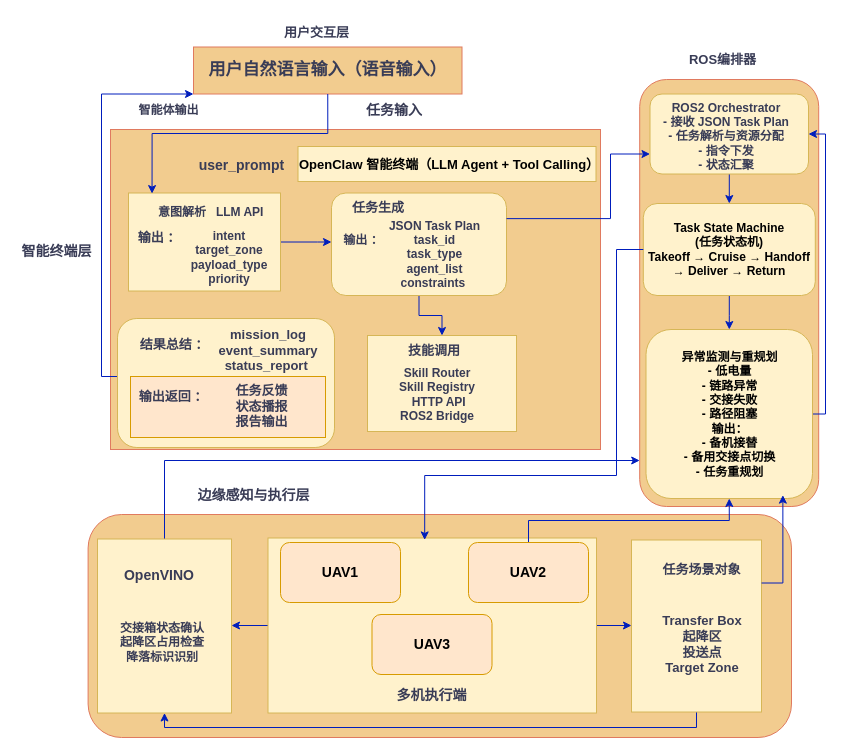
This is inter_cup.drawio from GGbond-dot/inter_cup, a draw.io file, before an edit. Source tidied: cells renumbered, new cells numbered last; positions are measured from the earlier drawing's top-left corner, leaving out a move shared by most shapes. Both pictures are drawn from the tidied source at 100%, with x=0, y=0 at pixel (17, 17).
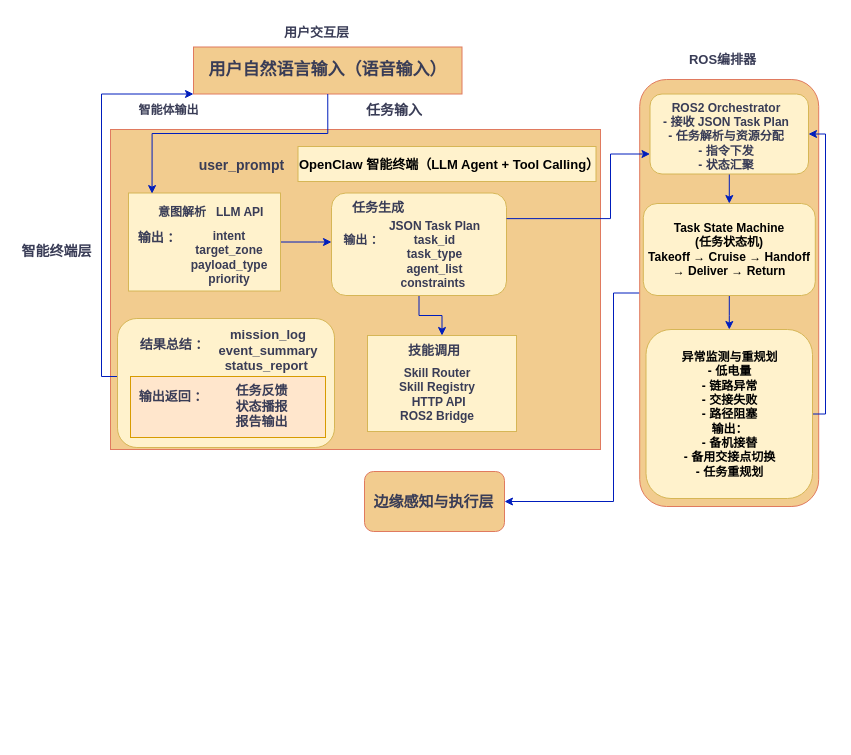
The same diagram, later.

Unchanged cells that the change refers to:
```xml
<mxCell id="2" value="用户自然语言输入（语音输入）" style="rounded=0;whiteSpace=wrap;html=1;fontStyle=1;fontSize=17;fillColor=#F2CC8F;strokeColor=#E07A5F;labelBackgroundColor=none;fontColor=#393C56;" parent="1" vertex="1">
  <mxGeometry x="176" y="29.5" width="268.5" height="47" as="geometry" />
</mxCell>
<mxCell id="9" style="whiteSpace=wrap;html=1;strokeColor=#d6b656;fillColor=#fff2cc;labelBackgroundColor=none;" parent="1" vertex="1">
  <mxGeometry x="111" y="175.5" width="152" height="98" as="geometry" />
</mxCell>
<mxCell id="15" style="rounded=1;whiteSpace=wrap;html=1;strokeColor=#d6b656;fillColor=#fff2cc;arcSize=14;" parent="1" vertex="1">
  <mxGeometry x="314" y="175.5" width="175" height="102.5" as="geometry" />
</mxCell>
<mxCell id="30" style="rounded=1;whiteSpace=wrap;html=1;strokeColor=#E07A5F;fontColor=#393C56;fillColor=#F2CC8F;" parent="1" vertex="1">
  <mxGeometry x="622.2" y="62" width="179" height="427" as="geometry" />
</mxCell>
<mxCell id="33" style="rounded=1;whiteSpace=wrap;html=1;strokeColor=#d6b656;fillColor=#fff2cc;" parent="1" vertex="1">
  <mxGeometry x="632.5" y="76.5" width="158.5" height="80" as="geometry" />
</mxCell>
<mxCell id="36" value="&lt;b&gt;Task State Machine&lt;/b&gt;&lt;div&gt;&lt;b&gt;(任务状态机)&lt;br&gt;Takeoff → Cruise → Handoff → Deliver → Return&lt;/b&gt;&lt;/div&gt;" style="rounded=1;whiteSpace=wrap;html=1;strokeColor=#d6b656;fillColor=#fff2cc;" parent="1" vertex="1">
  <mxGeometry x="625.8" y="186" width="172" height="92" as="geometry" />
</mxCell>
<mxCell id="38" value="&lt;b&gt;异常监测与重规划&lt;br&gt;- 低电量&lt;br&gt;- 链路异常&lt;br&gt;- 交接失败&lt;br&gt;- 路径阻塞&lt;br&gt;输出：&lt;br&gt;- 备机接替&lt;br&gt;- 备用交接点切换&lt;br&gt;- 任务重规划&lt;/b&gt;" style="rounded=1;whiteSpace=wrap;html=1;strokeColor=#d6b656;fillColor=#fff2cc;" parent="1" vertex="1">
  <mxGeometry x="628.5" y="312" width="166.5" height="169" as="geometry" />
</mxCell>
```

Diff of the diagram source:
```diff
@@
+    <mxCell id="61" style="edgeStyle=orthogonalEdgeStyle;rounded=0;jettySize=auto;html=1;exitX=0;exitY=0.5;exitDx=0;exitDy=0;entryX=1;entryY=0.5;entryDx=0;entryDy=0;strokeColor=#001DBC;fontColor=#393C56;fillColor=#0050ef;" parent="1" edge="1" source="30" target="62">
+      <mxGeometry relative="1" as="geometry">
+        <Array as="points">
+          <mxPoint x="596" y="276" />
+          <mxPoint x="596" y="484" />
+        </Array>
+      </mxGeometry>
+    </mxCell>
@@
-    <mxCell id="39" style="rounded=1;whiteSpace=wrap;html=1;strokeColor=#E07A5F;fontColor=#393C56;fillColor=#F2CC8F;" parent="1" vertex="1">
-      <mxGeometry x="70.6" y="497" width="703.4" height="223" as="geometry" />
-    </mxCell>
-    <mxCell id="40" style="edgeStyle=orthogonalEdgeStyle;rounded=0;jettySize=auto;html=1;exitX=0.5;exitY=0;exitDx=0;exitDy=0;strokeColor=#001DBC;fontColor=#393C56;fillColor=#0050ef;" parent="1" edge="1" source="41" target="30">
-      <mxGeometry relative="1" as="geometry">
-        <Array as="points">
-          <mxPoint x="147" y="443" />
-        </Array>
-      </mxGeometry>
-    </mxCell>
-    <mxCell id="41" style="rounded=0;whiteSpace=wrap;html=1;strokeColor=#d6b656;fillColor=#fff2cc;" parent="1" vertex="1">
-      <mxGeometry x="80" y="521.5" width="134" height="174" as="geometry" />
-    </mxCell>
-    <mxCell id="42" style="edgeStyle=orthogonalEdgeStyle;rounded=0;jettySize=auto;html=1;exitX=0;exitY=0.5;exitDx=0;exitDy=0;entryX=1;entryY=0.5;entryDx=0;entryDy=0;strokeColor=#001DBC;fontColor=#393C56;fillColor=#0050ef;" parent="1" edge="1" source="44" target="41">
-      <mxGeometry relative="1" as="geometry" />
-    </mxCell>
-    <mxCell id="43" style="edgeStyle=orthogonalEdgeStyle;rounded=0;jettySize=auto;html=1;exitX=1;exitY=0.5;exitDx=0;exitDy=0;entryX=0;entryY=0.5;entryDx=0;entryDy=0;strokeColor=#001DBC;fontColor=#393C56;fillColor=#0050ef;" parent="1" edge="1" source="44" target="46">
-      <mxGeometry relative="1" as="geometry" />
-    </mxCell>
-    <mxCell id="44" style="rounded=0;whiteSpace=wrap;html=1;strokeColor=#d6b656;fillColor=#fff2cc;" parent="1" vertex="1">
-      <mxGeometry x="250.5" y="520.5" width="328.5" height="175" as="geometry" />
-    </mxCell>
-    <mxCell id="45" style="edgeStyle=orthogonalEdgeStyle;rounded=0;jettySize=auto;html=1;exitX=0.5;exitY=1;exitDx=0;exitDy=0;entryX=0.5;entryY=1;entryDx=0;entryDy=0;strokeColor=#001DBC;fontColor=#393C56;fillColor=#0050ef;" parent="1" edge="1" source="46" target="41">
-      <mxGeometry relative="1" as="geometry">
-        <Array as="points">
-          <mxPoint x="679" y="710" />
-          <mxPoint x="147" y="710" />
-        </Array>
-      </mxGeometry>
-    </mxCell>
-    <mxCell id="46" style="rounded=0;whiteSpace=wrap;html=1;strokeColor=#d6b656;fillColor=#fff2cc;" parent="1" vertex="1">
-      <mxGeometry x="614" y="522.5" width="130" height="172" as="geometry" />
-    </mxCell>
-    <mxCell id="47" value="&lt;b&gt;&lt;font style=&quot;font-size: 14px;&quot;&gt;OpenVINO&lt;/font&gt;&lt;/b&gt;" style="text;html=1;whiteSpace=wrap;strokeColor=none;fillColor=none;align=center;verticalAlign=middle;rounded=0;fontColor=#393C56;" parent="1" vertex="1">
-      <mxGeometry x="91" y="537" width="102" height="42" as="geometry" />
-    </mxCell>
-    <mxCell id="48" value="&lt;b&gt;交接箱状态确认&lt;/b&gt;&lt;div&gt;&lt;b&gt;起降区占用检查&lt;/b&gt;&lt;/div&gt;&lt;div&gt;&lt;b&gt;降落标识识别&lt;/b&gt;&lt;/div&gt;" style="text;html=1;whiteSpace=wrap;strokeColor=none;fillColor=none;align=center;verticalAlign=middle;rounded=0;fontColor=#393C56;" parent="1" vertex="1">
-      <mxGeometry x="89" y="576.5" width="112" height="96" as="geometry" />
-    </mxCell>
-    <mxCell id="49" value="&lt;b&gt;&lt;font style=&quot;font-size: 14px;&quot;&gt;UAV1&lt;/font&gt;&lt;/b&gt;" style="rounded=1;whiteSpace=wrap;html=1;strokeColor=#d79b00;fillColor=#ffe6cc;" parent="1" vertex="1">
-      <mxGeometry x="263" y="525" width="120" height="60" as="geometry" />
-    </mxCell>
-    <mxCell id="50" style="edgeStyle=orthogonalEdgeStyle;rounded=0;jettySize=auto;html=1;exitX=0.5;exitY=0;exitDx=0;exitDy=0;entryX=0.5;entryY=1;entryDx=0;entryDy=0;strokeColor=#001DBC;fontColor=#393C56;fillColor=#0050ef;" parent="1" edge="1" source="51" target="38">
-      <mxGeometry relative="1" as="geometry">
-        <Array as="points">
-          <mxPoint x="511" y="503" />
-          <mxPoint x="712" y="503" />
-        </Array>
-      </mxGeometry>
-    </mxCell>
-    <mxCell id="51" value="&lt;b&gt;&lt;font style=&quot;font-size: 14px;&quot;&gt;UAV2&lt;/font&gt;&lt;/b&gt;" style="rounded=1;whiteSpace=wrap;html=1;strokeColor=#d79b00;fillColor=#ffe6cc;" parent="1" vertex="1">
-      <mxGeometry x="451" y="525" width="120" height="60" as="geometry" />
-    </mxCell>
-    <mxCell id="52" value="&lt;b&gt;&lt;font style=&quot;font-size: 14px;&quot;&gt;UAV3&lt;/font&gt;&lt;/b&gt;" style="rounded=1;whiteSpace=wrap;html=1;strokeColor=#d79b00;fillColor=#ffe6cc;" parent="1" vertex="1">
-      <mxGeometry x="354.5" y="597" width="120" height="60" as="geometry" />
-    </mxCell>
-    <mxCell id="53" value="&lt;b&gt;&lt;font style=&quot;font-size: 14px;&quot;&gt;多机执行端&lt;/font&gt;&lt;/b&gt;" style="text;html=1;whiteSpace=wrap;strokeColor=none;fillColor=none;align=center;verticalAlign=middle;rounded=0;fontColor=#393C56;" parent="1" vertex="1">
-      <mxGeometry x="337" y="663" width="155" height="30" as="geometry" />
-    </mxCell>
-    <mxCell id="54" value="&lt;b&gt;&lt;font style=&quot;font-size: 13px;&quot;&gt;任务场景对象&lt;/font&gt;&lt;/b&gt;" style="text;html=1;whiteSpace=wrap;strokeColor=none;fillColor=none;align=center;verticalAlign=middle;rounded=0;fontColor=#393C56;" parent="1" vertex="1">
-      <mxGeometry x="639" y="537" width="91" height="30" as="geometry" />
-    </mxCell>
-    <mxCell id="55" value="Transfer Box&lt;div&gt;起降区&lt;/div&gt;&lt;div&gt;投送点&lt;/div&gt;&lt;div&gt;Target Zone&lt;/div&gt;" style="text;html=1;whiteSpace=wrap;strokeColor=none;fillColor=none;align=center;verticalAlign=middle;rounded=0;fontColor=#393C56;fontStyle=1;fontSize=13;" parent="1" vertex="1">
-      <mxGeometry x="639.8" y="576.5" width="89.5" height="101" as="geometry" />
-    </mxCell>
+    <mxCell id="57" style="edgeStyle=orthogonalEdgeStyle;rounded=0;jettySize=auto;html=1;exitX=1;exitY=0.25;exitDx=0;exitDy=0;entryX=0;entryY=0.75;entryDx=0;entryDy=0;strokeColor=#001DBC;fontColor=#393C56;fillColor=#0050ef;" parent="1" edge="1" source="15" target="33">
+      <mxGeometry relative="1" as="geometry">
+        <Array as="points">
+          <mxPoint x="593" y="201" />
+          <mxPoint x="593" y="136" />
+        </Array>
+      </mxGeometry>
+    </mxCell>
+    <mxCell id="59" style="edgeStyle=orthogonalEdgeStyle;rounded=0;jettySize=auto;html=1;exitX=0.5;exitY=1;exitDx=0;exitDy=0;entryX=0.155;entryY=0.006;entryDx=0;entryDy=0;entryPerimeter=0;strokeColor=#001DBC;fontColor=#393C56;fillColor=#0050ef;" parent="1" edge="1" source="2" target="9">
+      <mxGeometry relative="1" as="geometry">
+        <Array as="points">
+          <mxPoint x="310" y="116" />
+          <mxPoint x="135" y="116" />
+        </Array>
+      </mxGeometry>
+    </mxCell>
+    <mxCell id="62" style="rounded=1;whiteSpace=wrap;html=1;strokeColor=#E07A5F;fontColor=#393C56;fillColor=#F2CC8F;" parent="1" vertex="1">
+      <mxGeometry x="347" y="454" width="140" height="60" as="geometry" />
+    </mxCell>
-    <mxCell id="56" value="&lt;blockquote style=&quot;margin: 0 0 0 40px; border: none; padding: 0px;&quot;&gt;&lt;b&gt;&lt;font style=&quot;font-size: 14px;&quot;&gt;边缘感知与执行层&lt;/font&gt;&lt;/b&gt;&lt;/blockquote&gt;" style="text;html=1;whiteSpace=wrap;strokeColor=none;fillColor=none;align=center;verticalAlign=middle;rounded=0;fontColor=#393C56;" parent="1" vertex="1">
-      <mxGeometry x="134" y="463" width="165" height="30" as="geometry" />
+    <mxCell id="56" value="&lt;blockquote style=&quot;margin: 0 0 0 40px; border: none; padding: 0px;&quot;&gt;&lt;b&gt;&lt;font&gt;边缘感知与执行层&lt;/font&gt;&lt;/b&gt;&lt;/blockquote&gt;" style="text;html=1;whiteSpace=wrap;strokeColor=none;fillColor=none;align=center;verticalAlign=middle;rounded=0;fontColor=#393C56;fontSize=15;" parent="1" vertex="1">
+      <mxGeometry x="314" y="469" width="165" height="30" as="geometry" />
     </mxCell>
-    <mxCell id="57" style="edgeStyle=orthogonalEdgeStyle;rounded=0;jettySize=auto;html=1;exitX=1;exitY=0.25;exitDx=0;exitDy=0;entryX=0;entryY=0.75;entryDx=0;entryDy=0;strokeColor=#001DBC;fontColor=#393C56;fillColor=#0050ef;" parent="1" edge="1" source="15" target="33">
-      <mxGeometry relative="1" as="geometry">
-        <Array as="points">
-          <mxPoint x="593" y="201" />
-          <mxPoint x="593" y="136" />
-        </Array>
-      </mxGeometry>
-    </mxCell>
-    <mxCell id="58" style="edgeStyle=orthogonalEdgeStyle;rounded=0;jettySize=auto;html=1;exitX=0;exitY=0.5;exitDx=0;exitDy=0;strokeColor=#001DBC;fontColor=#393C56;fillColor=#0050ef;entryX=0.477;entryY=0.011;entryDx=0;entryDy=0;entryPerimeter=0;" parent="1" edge="1" source="36" target="44">
-      <mxGeometry relative="1" as="geometry">
-        <Array as="points">
-          <mxPoint x="599" y="232" />
-          <mxPoint x="599" y="458" />
-          <mxPoint x="408" y="458" />
-          <mxPoint x="408" y="522" />
-        </Array>
-      </mxGeometry>
-    </mxCell>
-    <mxCell id="59" style="edgeStyle=orthogonalEdgeStyle;rounded=0;jettySize=auto;html=1;exitX=0.5;exitY=1;exitDx=0;exitDy=0;entryX=0.155;entryY=0.006;entryDx=0;entryDy=0;entryPerimeter=0;strokeColor=#001DBC;fontColor=#393C56;fillColor=#0050ef;" parent="1" edge="1" source="2" target="9">
-      <mxGeometry relative="1" as="geometry">
-        <Array as="points">
-          <mxPoint x="310" y="116" />
-          <mxPoint x="135" y="116" />
-        </Array>
-      </mxGeometry>
-    </mxCell>
-    <mxCell id="60" style="edgeStyle=orthogonalEdgeStyle;rounded=0;jettySize=auto;html=1;exitX=1;exitY=0.25;exitDx=0;exitDy=0;entryX=0.822;entryY=0.98;entryDx=0;entryDy=0;entryPerimeter=0;strokeColor=#001DBC;fontColor=#393C56;fillColor=#0050ef;" parent="1" edge="1" source="46" target="38">
-      <mxGeometry relative="1" as="geometry" />
-    </mxCell>
+    <mxCell id="63" style="edgeStyle=orthogonalEdgeStyle;rounded=0;orthogonalLoop=1;jettySize=auto;html=1;exitX=0.5;exitY=1;exitDx=0;exitDy=0;strokeColor=#E07A5F;fontColor=#393C56;fillColor=#F2CC8F;" parent="1" edge="1" source="62" target="62">
+      <mxGeometry relative="1" as="geometry" />
+    </mxCell>
```
